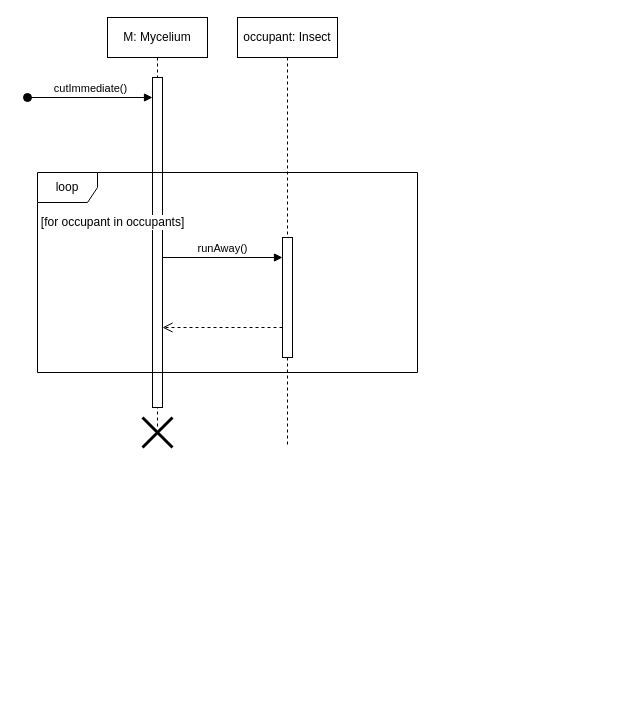
The draw.io diagram page "cutImmidietly" (2 of 8) of 7_prototipus_koncepcio/modosult_seq_diagramm.drawio in koharzsombor/bandITs, before the edit. Source tidied: cells renumbered, new cells numbered last; positions are measured from the earlier drawing's top-left corner, leaving out a move shared by most shapes. Both pictures are drawn from the tidied source at 100%, with x=0, y=0 at pixel (27, 17).
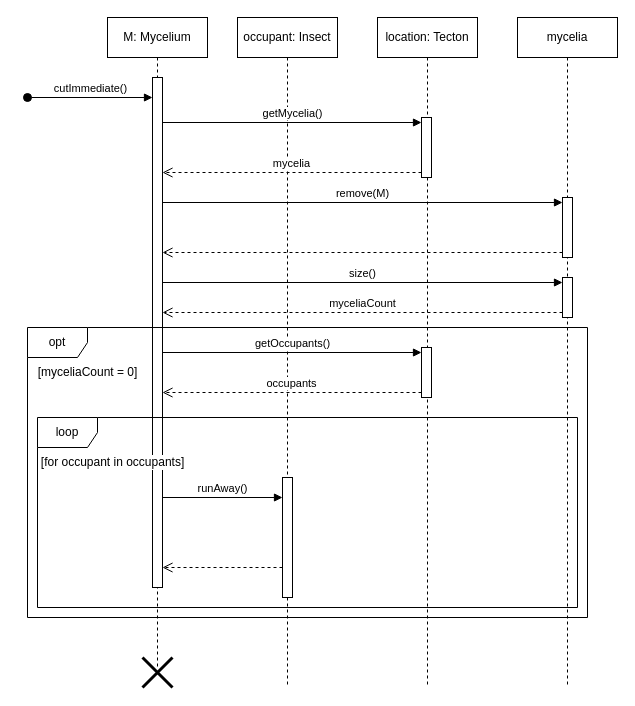
Above is the later version.

What changed in the source:
```diff
@@
     <mxCell id="2" value="M: Mycelium" style="shape=umlLifeline;perimeter=lifelinePerimeter;whiteSpace=wrap;html=1;newEdgeStyle={&quot;curved&quot;:0,&quot;rounded&quot;:0};" parent="1" vertex="1">
-      <mxGeometry x="80" width="100" height="410" as="geometry" />
+      <mxGeometry x="80" width="100" height="650" as="geometry" />
     </mxCell>
     <mxCell id="3" style="html=1;points=[[0,0,0,0,5],[0,1,0,0,-5],[1,0,0,0,5],[1,1,0,0,-5]];perimeter=orthogonalPerimeter;outlineConnect=0;targetShapes=umlLifeline;portConstraint=eastwest;newEdgeStyle={&quot;curved&quot;:0,&quot;rounded&quot;:0};" parent="2" vertex="1">
-      <mxGeometry x="45" y="60" width="10" height="330" as="geometry" />
+      <mxGeometry x="45" y="60" width="10" height="510" as="geometry" />
     </mxCell>
+    <mxCell id="5" style="shape=umlDestroy;whiteSpace=wrap;html=1;strokeWidth=3;targetShapes=umlLifeline;" parent="2" vertex="1">
+      <mxGeometry x="35" y="640" width="30" height="30" as="geometry" />
+    </mxCell>
@@
-    <mxCell id="5" style="shape=umlDestroy;whiteSpace=wrap;html=1;strokeWidth=3;targetShapes=umlLifeline;" parent="1" vertex="1">
-      <mxGeometry x="115" y="400" width="30" height="30" as="geometry" />
-    </mxCell>
     <mxCell id="6" value="occupant: Insect" style="shape=umlLifeline;perimeter=lifelinePerimeter;whiteSpace=wrap;html=1;newEdgeStyle={&quot;curved&quot;:0,&quot;rounded&quot;:0};" parent="1" vertex="1">
-      <mxGeometry x="210" width="100" height="430" as="geometry" />
+      <mxGeometry x="210" width="100" height="670" as="geometry" />
     </mxCell>
     <mxCell id="7" style="html=1;perimeter=orthogonalPerimeter;targetShapes=umlLifeline;newEdgeStyle={&quot;curved&quot;:0,&quot;rounded&quot;:0};" parent="6" vertex="1">
-      <mxGeometry x="45" y="220" width="10" height="120" as="geometry" />
+      <mxGeometry x="45" y="460" width="10" height="120" as="geometry" />
     </mxCell>
+    <mxCell id="10" value="runAway()" style="html=1;verticalAlign=bottom;endArrow=block;curved=0;rounded=0;" parent="6" edge="1">
+      <mxGeometry relative="1" as="geometry">
+        <mxPoint x="-75" y="480" as="sourcePoint" />
+        <mxPoint x="45" y="480" as="targetPoint" />
+      </mxGeometry>
+    </mxCell>
+    <mxCell id="11" style="html=1;verticalAlign=bottom;endArrow=open;dashed=1;endSize=8;curved=0;rounded=0;" parent="6" edge="1">
+      <mxGeometry relative="1" as="geometry">
+        <mxPoint x="45" y="550" as="sourcePoint" />
+        <mxPoint x="-75" y="550" as="targetPoint" />
+      </mxGeometry>
+    </mxCell>
     <mxCell id="8" value="&lt;div&gt;loop&lt;/div&gt;" style="shape=umlFrame;whiteSpace=wrap;html=1;" parent="1" vertex="1">
-      <mxGeometry x="10" y="155" width="380" height="200" as="geometry" />
+      <mxGeometry x="10" y="400" width="540" height="190" as="geometry" />
     </mxCell>
     <mxCell id="9" value="[for occupant in occupants]" style="text;html=1;align=center;verticalAlign=middle;strokeColor=none;fillColor=none;labelBackgroundColor=default;" parent="1" vertex="1">
-      <mxGeometry y="190" width="170" height="30" as="geometry" />
+      <mxGeometry y="430" width="170" height="30" as="geometry" />
     </mxCell>
-    <mxCell id="10" value="runAway()" style="html=1;verticalAlign=bottom;endArrow=block;curved=0;rounded=0;" parent="1" edge="1">
-      <mxGeometry relative="1" as="geometry">
-        <mxPoint x="135" y="240" as="sourcePoint" />
-        <mxPoint x="255" y="240" as="targetPoint" />
-      </mxGeometry>
-    </mxCell>
-    <mxCell id="11" style="html=1;verticalAlign=bottom;endArrow=open;dashed=1;endSize=8;curved=0;rounded=0;" parent="1" edge="1">
-      <mxGeometry relative="1" as="geometry">
-        <mxPoint x="255" y="310" as="sourcePoint" />
-        <mxPoint x="135" y="310" as="targetPoint" />
-      </mxGeometry>
-    </mxCell>
+    <mxCell id="12" value="mycelia" style="shape=umlLifeline;perimeter=lifelinePerimeter;whiteSpace=wrap;html=1;newEdgeStyle={&quot;curved&quot;:0,&quot;rounded&quot;:0};" parent="1" vertex="1">
+      <mxGeometry x="490" width="100" height="670" as="geometry" />
+    </mxCell>
+    <mxCell id="13" style="html=1;points=[[0,0,0,0,5],[0,1,0,0,-5],[1,0,0,0,5],[1,1,0,0,-5]];perimeter=orthogonalPerimeter;outlineConnect=0;targetShapes=umlLifeline;portConstraint=eastwest;newEdgeStyle={&quot;curved&quot;:0,&quot;rounded&quot;:0};" parent="12" vertex="1">
+      <mxGeometry x="45" y="180" width="10" height="60" as="geometry" />
+    </mxCell>
+    <mxCell id="14" style="html=1;points=[[0,0,0,0,5],[0,1,0,0,-5],[1,0,0,0,5],[1,1,0,0,-5]];perimeter=orthogonalPerimeter;outlineConnect=0;targetShapes=umlLifeline;portConstraint=eastwest;newEdgeStyle={&quot;curved&quot;:0,&quot;rounded&quot;:0};" parent="12" vertex="1">
+      <mxGeometry x="45" y="260" width="10" height="40" as="geometry" />
+    </mxCell>
+    <mxCell id="15" value="location: Tecton" style="shape=umlLifeline;perimeter=lifelinePerimeter;whiteSpace=wrap;html=1;newEdgeStyle={&quot;curved&quot;:0,&quot;rounded&quot;:0};" parent="1" vertex="1">
+      <mxGeometry x="350" width="100" height="670" as="geometry" />
+    </mxCell>
+    <mxCell id="16" style="html=1;points=[[0,0,0,0,5],[0,1,0,0,-5],[1,0,0,0,5],[1,1,0,0,-5]];perimeter=orthogonalPerimeter;outlineConnect=0;targetShapes=umlLifeline;portConstraint=eastwest;newEdgeStyle={&quot;curved&quot;:0,&quot;rounded&quot;:0};" parent="15" vertex="1">
+      <mxGeometry x="44" y="100" width="10" height="60" as="geometry" />
+    </mxCell>
+    <mxCell id="17" style="html=1;points=[[0,0,0,0,5],[0,1,0,0,-5],[1,0,0,0,5],[1,1,0,0,-5]];perimeter=orthogonalPerimeter;outlineConnect=0;targetShapes=umlLifeline;portConstraint=eastwest;newEdgeStyle={&quot;curved&quot;:0,&quot;rounded&quot;:0};" parent="15" vertex="1">
+      <mxGeometry x="44" y="330" width="10" height="50" as="geometry" />
+    </mxCell>
+    <mxCell id="18" value="getMycelia()" style="html=1;verticalAlign=bottom;endArrow=block;curved=0;rounded=0;entryX=0;entryY=0;entryDx=0;entryDy=5;" parent="1" edge="1" source="3" target="16">
+      <mxGeometry relative="1" as="geometry" />
+    </mxCell>
+    <mxCell id="19" value="mycelia" style="html=1;verticalAlign=bottom;endArrow=open;dashed=1;endSize=8;curved=0;rounded=0;exitX=0;exitY=1;exitDx=0;exitDy=-5;" parent="1" edge="1" source="16" target="3">
+      <mxGeometry relative="1" as="geometry" />
+    </mxCell>
+    <mxCell id="20" value="remove(M)" style="html=1;verticalAlign=bottom;endArrow=block;curved=0;rounded=0;entryX=0;entryY=0;entryDx=0;entryDy=5;" parent="1" edge="1" source="3" target="13">
+      <mxGeometry relative="1" as="geometry" />
+    </mxCell>
+    <mxCell id="21" style="html=1;verticalAlign=bottom;endArrow=open;dashed=1;endSize=8;curved=0;rounded=0;exitX=0;exitY=1;exitDx=0;exitDy=-5;" parent="1" edge="1" source="13" target="3">
+      <mxGeometry x="-0.2" y="25" relative="1" as="geometry" />
+    </mxCell>
+    <mxCell id="22" value="myceliaCount" style="html=1;verticalAlign=bottom;endArrow=open;dashed=1;endSize=8;curved=0;rounded=0;exitX=0;exitY=1;exitDx=0;exitDy=-5;" parent="1" edge="1" source="14" target="3">
+      <mxGeometry relative="1" as="geometry" />
+    </mxCell>
+    <mxCell id="23" value="size()" style="html=1;verticalAlign=bottom;endArrow=block;curved=0;rounded=0;entryX=0;entryY=0;entryDx=0;entryDy=5;" parent="1" edge="1" source="3" target="14">
+      <mxGeometry relative="1" as="geometry" />
+    </mxCell>
+    <mxCell id="24" value="opt" style="shape=umlFrame;whiteSpace=wrap;html=1;" parent="1" vertex="1">
+      <mxGeometry y="310" width="560" height="290" as="geometry" />
+    </mxCell>
+    <mxCell id="25" value="[myceliaCount = 0]" style="text;html=1;align=center;verticalAlign=middle;strokeColor=none;fillColor=none;" parent="1" vertex="1">
+      <mxGeometry y="340" width="120" height="30" as="geometry" />
+    </mxCell>
+    <mxCell id="26" value="getOccupants()" style="html=1;verticalAlign=bottom;endArrow=block;curved=0;rounded=0;entryX=0;entryY=0;entryDx=0;entryDy=5;" parent="1" edge="1" source="3" target="17">
+      <mxGeometry relative="1" as="geometry" />
+    </mxCell>
+    <mxCell id="27" value="occupants" style="html=1;verticalAlign=bottom;endArrow=open;dashed=1;endSize=8;curved=0;rounded=0;exitX=0;exitY=1;exitDx=0;exitDy=-5;" parent="1" edge="1" source="17" target="3">
+      <mxGeometry relative="1" as="geometry" />
+    </mxCell>
```
